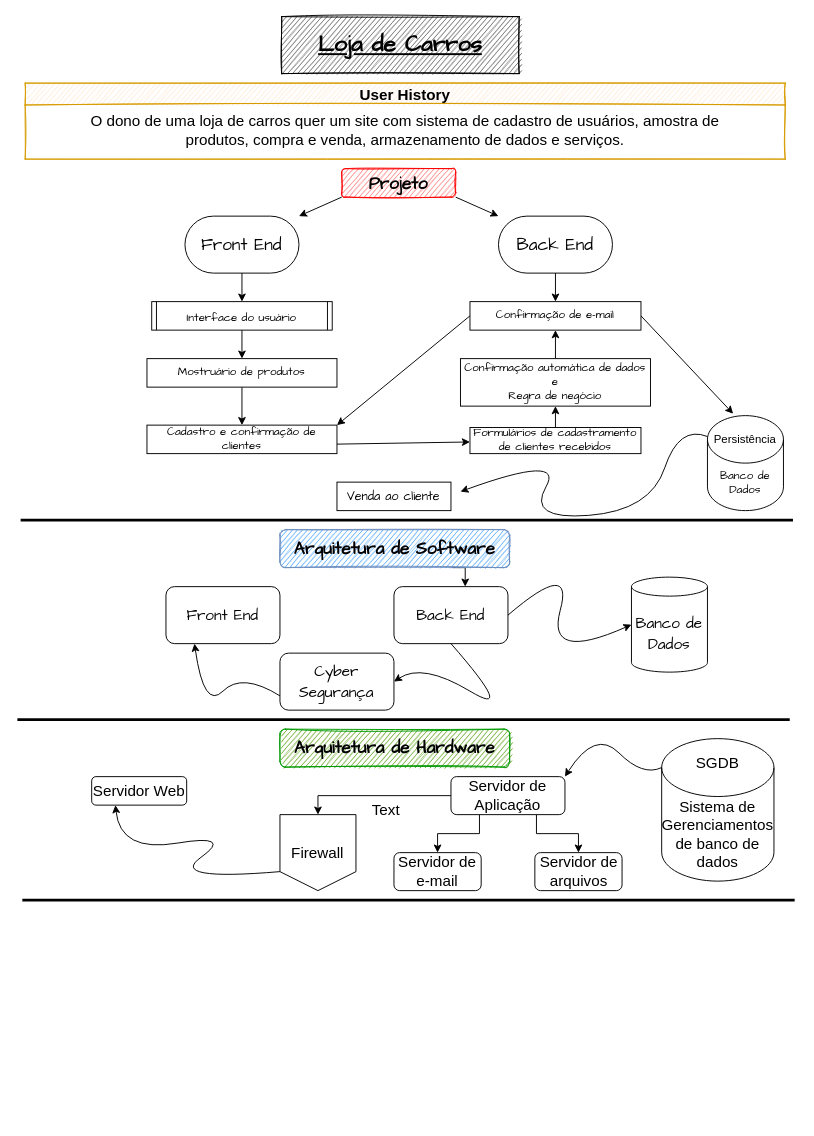
The draw.io diagram Loja de Carros.drawio in ipeeeed/arquivos-da-faculdade, before the edit. Source tidied: cells renumbered, new cells numbered last; positions are measured from the earlier drawing's top-left corner, leaving out a move shared by most shapes. Both pictures are drawn from the tidied source at 95%, with x=0, y=0 at pixel (17, 16).
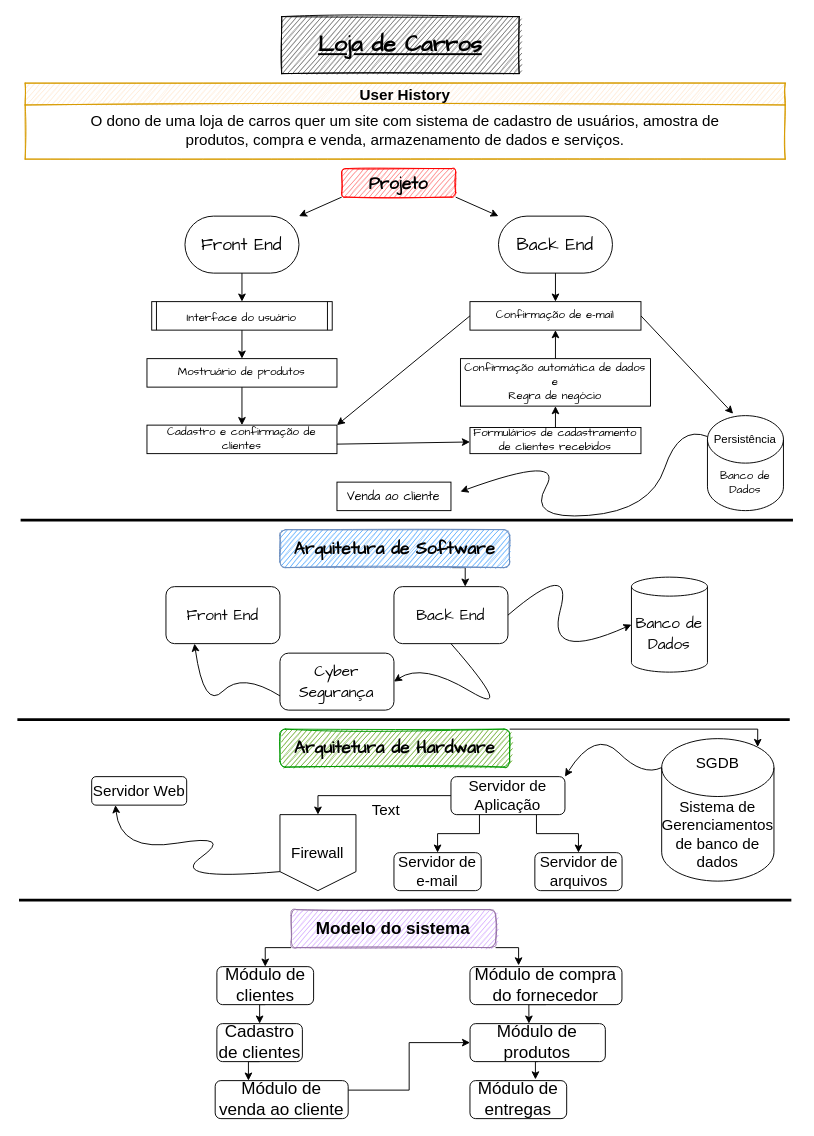
Above is the later version.

Unchanged cells that the change refers to:
```xml
<mxCell id="31" value="&lt;font face=&quot;Comic Sans MS&quot; style=&quot;font-size: 18px&quot;&gt;&lt;b&gt;Arquitetura de Hardware&lt;/b&gt;&lt;/font&gt;" style="rounded=1;whiteSpace=wrap;html=1;fillColor=#4D9900;strokeColor=#009900;sketch=1;strokeWidth=1;perimeterSpacing=0;" parent="1" vertex="1">
  <mxGeometry x="276.2" y="750" width="241.8" height="40" as="geometry" />
</mxCell>
<mxCell id="41" value="Sistema de Gerenciamentos de banco de dados" style="shape=cylinder3;whiteSpace=wrap;html=1;boundedLbl=1;backgroundOutline=1;size=30.470588235294144;sketch=0;fontSize=16;align=center;" parent="1" vertex="1">
  <mxGeometry x="678" y="760" width="118.2" height="150" as="geometry" />
</mxCell>
```

What changed in the source:
```diff
@@
+    <mxCell id="55" style="edgeStyle=orthogonalEdgeStyle;rounded=0;jettySize=auto;html=1;exitX=1;exitY=0;exitDx=0;exitDy=0;entryX=0.855;entryY=0;entryDx=0;entryDy=8.8364705882353;entryPerimeter=0;fontSize=16;" parent="1" edge="1" source="31" target="41">
+      <mxGeometry relative="1" as="geometry">
+        <Array as="points">
+          <mxPoint x="779" y="750" />
+        </Array>
+      </mxGeometry>
+    </mxCell>
@@
     <mxCell id="54" style="endArrow=none;html=1;rounded=0;strokeWidth=3;" parent="1" edge="1">
       <mxGeometry relative="1" as="geometry">
-        <mxPoint x="5" y="930" as="sourcePoint" />
-        <mxPoint x="818" y="930" as="targetPoint" />
+        <mxPoint x="1.5" y="930" as="sourcePoint" />
+        <mxPoint x="814.5" y="930" as="targetPoint" />
       </mxGeometry>
     </mxCell>
+    <mxCell id="56" style="edgeStyle=orthogonalEdgeStyle;rounded=0;jettySize=auto;html=1;exitX=0;exitY=1;exitDx=0;exitDy=0;entryX=0.5;entryY=0;entryDx=0;entryDy=0;fontSize=18;" parent="1" edge="1" source="58" target="60">
+      <mxGeometry relative="1" as="geometry" />
+    </mxCell>
+    <mxCell id="57" style="edgeStyle=orthogonalEdgeStyle;rounded=0;jettySize=auto;html=1;exitX=1;exitY=1;exitDx=0;exitDy=0;entryX=0.32;entryY=-0.032;entryDx=0;entryDy=0;entryPerimeter=0;fontSize=18;" parent="1" edge="1" source="58" target="62">
+      <mxGeometry relative="1" as="geometry" />
+    </mxCell>
+    <mxCell id="58" value="&lt;font style=&quot;font-size: 18px&quot;&gt;&lt;b&gt;Modelo do sistema&lt;/b&gt;&lt;/font&gt;" style="rounded=1;whiteSpace=wrap;html=1;sketch=1;fontSize=16;align=center;fillColor=#CC99FF;strokeColor=#9673a6;" parent="1" vertex="1">
+      <mxGeometry x="288" y="940" width="215.2" height="40" as="geometry" />
+    </mxCell>
+    <mxCell id="59" style="edgeStyle=orthogonalEdgeStyle;rounded=0;jettySize=auto;html=1;exitX=0.5;exitY=1;exitDx=0;exitDy=0;entryX=0.5;entryY=0;entryDx=0;entryDy=0;fontSize=18;" parent="1" edge="1" source="60" target="66">
+      <mxGeometry relative="1" as="geometry" />
+    </mxCell>
+    <mxCell id="60" value="Módulo de clientes" style="rounded=1;whiteSpace=wrap;html=1;sketch=0;fontSize=18;fillColor=default;align=center;" parent="1" vertex="1">
+      <mxGeometry x="209.8" y="1000" width="101.8" height="40" as="geometry" />
+    </mxCell>
+    <mxCell id="61" style="edgeStyle=orthogonalEdgeStyle;rounded=0;jettySize=auto;html=1;exitX=0.5;exitY=1;exitDx=0;exitDy=0;entryX=0.435;entryY=0;entryDx=0;entryDy=0;entryPerimeter=0;fontSize=18;" parent="1" edge="1" source="62" target="69">
+      <mxGeometry relative="1" as="geometry" />
+    </mxCell>
+    <mxCell id="62" value="Módulo de compra do fornecedor" style="rounded=1;whiteSpace=wrap;html=1;sketch=0;fontSize=18;fillColor=default;align=center;" parent="1" vertex="1">
+      <mxGeometry x="476.2" y="1000" width="160" height="40" as="geometry" />
+    </mxCell>
+    <mxCell id="63" style="edgeStyle=orthogonalEdgeStyle;rounded=0;jettySize=auto;html=1;exitX=1;exitY=0.25;exitDx=0;exitDy=0;entryX=0;entryY=0.5;entryDx=0;entryDy=0;fontSize=18;" parent="1" edge="1" source="64" target="69">
+      <mxGeometry relative="1" as="geometry" />
+    </mxCell>
+    <mxCell id="64" value="Módulo de venda ao cliente" style="rounded=1;whiteSpace=wrap;html=1;sketch=0;fontSize=18;fillColor=default;align=center;" parent="1" vertex="1">
+      <mxGeometry x="208" y="1120" width="140" height="40" as="geometry" />
+    </mxCell>
+    <mxCell id="65" style="edgeStyle=orthogonalEdgeStyle;rounded=0;jettySize=auto;html=1;exitX=0.5;exitY=1;exitDx=0;exitDy=0;entryX=0.25;entryY=0;entryDx=0;entryDy=0;fontSize=18;" parent="1" edge="1" source="66" target="64">
+      <mxGeometry relative="1" as="geometry" />
+    </mxCell>
+    <mxCell id="66" value="Cadastro de clientes" style="whiteSpace=wrap;html=1;rounded=1;fontSize=18;fillColor=default;sketch=0;" parent="1" vertex="1">
+      <mxGeometry x="209.8" y="1060" width="90" height="40" as="geometry" />
+    </mxCell>
+    <mxCell id="67" value="Módulo de entregas" style="rounded=1;whiteSpace=wrap;html=1;sketch=0;fontSize=18;fillColor=default;align=center;" parent="1" vertex="1">
+      <mxGeometry x="476.2" y="1120" width="101.8" height="40" as="geometry" />
+    </mxCell>
+    <mxCell id="68" style="edgeStyle=orthogonalEdgeStyle;rounded=0;jettySize=auto;html=1;exitX=0.5;exitY=1;exitDx=0;exitDy=0;entryX=0.677;entryY=-0.032;entryDx=0;entryDy=0;entryPerimeter=0;fontSize=18;" parent="1" edge="1" source="69" target="67">
+      <mxGeometry relative="1" as="geometry" />
+    </mxCell>
+    <mxCell id="69" value="Módulo de produtos" style="rounded=1;whiteSpace=wrap;html=1;sketch=0;fontSize=18;fillColor=default;align=center;" parent="1" vertex="1">
+      <mxGeometry x="476.3" y="1060" width="142.4" height="40" as="geometry" />
+    </mxCell>
```
